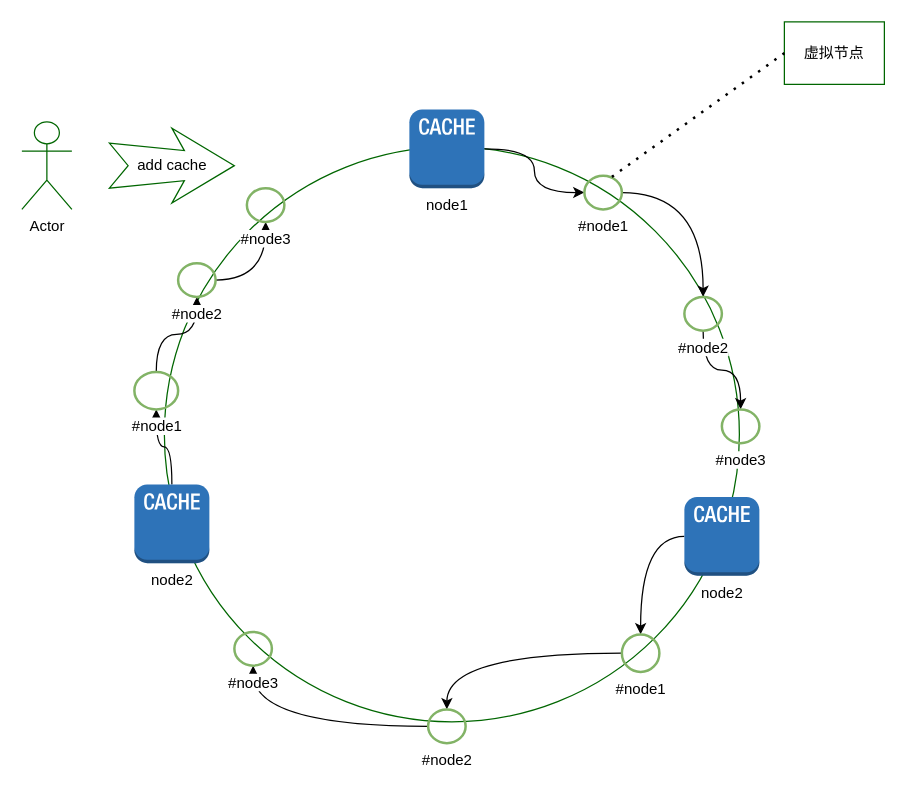
This is 一致性hash/hash1.drawio from dogslee/draw, a draw.io file, before an edit. Source tidied: cells renumbered, new cells numbered last; positions are measured from the earlier drawing's top-left corner, leaving out a move shared by most shapes. Both pictures are drawn from the tidied source at 125%, with x=0, y=0 at pixel (21, 21).
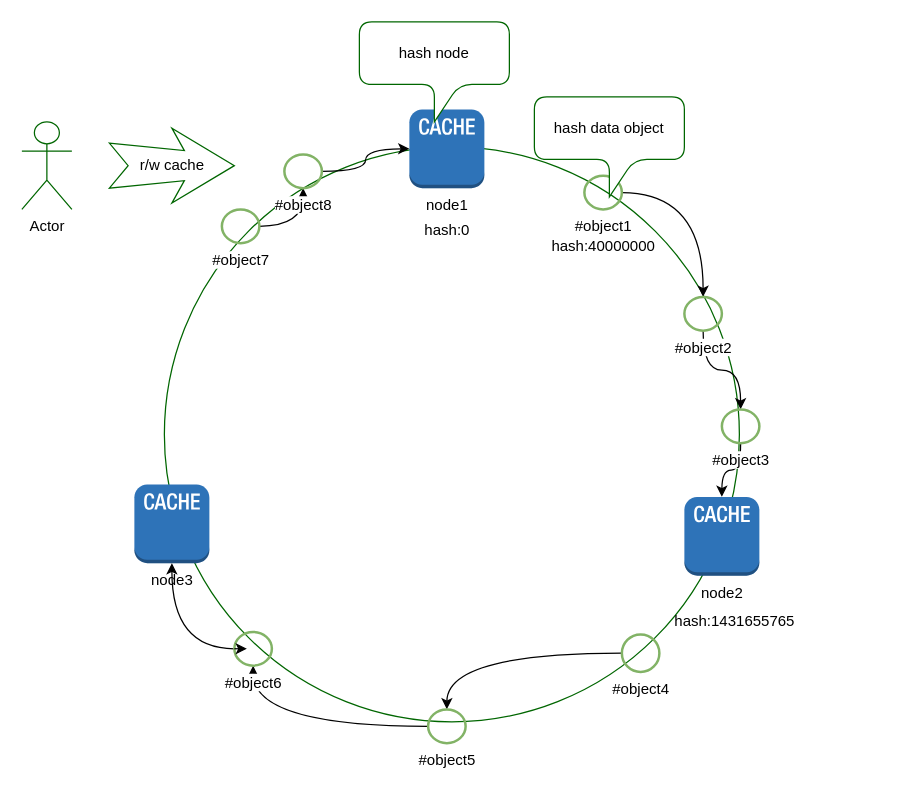
Above is the later version.

Unchanged cells that the change refers to:
```xml
<mxCell id="6" value="node1&lt;br&gt;" style="outlineConnect=0;dashed=0;verticalLabelPosition=bottom;verticalAlign=top;align=center;html=1;shape=mxgraph.aws3.cache_node;fillColor=#2E73B8;gradientColor=none;" parent="1" vertex="1">
  <mxGeometry x="310" y="70" width="60" height="63" as="geometry" />
</mxCell>
<mxCell id="8" value="node2&lt;br&gt;" style="outlineConnect=0;dashed=0;verticalLabelPosition=bottom;verticalAlign=top;align=center;html=1;shape=mxgraph.aws3.cache_node;fillColor=#2E73B8;gradientColor=none;" parent="1" vertex="1">
  <mxGeometry x="530" y="380" width="60" height="63" as="geometry" />
</mxCell>
```

Change to the diagram source:
```diff
@@
-    <mxCell id="3" style="edgeStyle=orthogonalEdgeStyle;curved=1;rounded=0;jettySize=auto;html=1;" parent="1" edge="1" source="4" target="22">
-      <mxGeometry relative="1" as="geometry" />
-    </mxCell>
-    <mxCell id="4" value="node2&lt;br&gt;" style="outlineConnect=0;dashed=0;verticalLabelPosition=bottom;verticalAlign=top;align=center;html=1;shape=mxgraph.aws3.cache_node;fillColor=#2E73B8;gradientColor=none;" parent="1" vertex="1">
+    <mxCell id="4" value="node3" style="outlineConnect=0;dashed=0;verticalLabelPosition=bottom;verticalAlign=top;align=center;html=1;shape=mxgraph.aws3.cache_node;fillColor=#2E73B8;gradientColor=none;" parent="1" vertex="1">
       <mxGeometry x="90" y="370" width="60" height="63" as="geometry" />
     </mxCell>
-    <mxCell id="5" style="edgeStyle=orthogonalEdgeStyle;curved=1;rounded=0;jettySize=auto;html=1;" parent="1" edge="1" source="6" target="12">
-      <mxGeometry relative="1" as="geometry" />
-    </mxCell>
@@
-    <mxCell id="7" style="edgeStyle=orthogonalEdgeStyle;curved=1;rounded=0;jettySize=auto;html=1;" parent="1" edge="1" source="8" target="17">
-      <mxGeometry relative="1" as="geometry" />
-    </mxCell>
@@
-    <mxCell id="10" value="add cache" style="html=1;shadow=0;dashed=0;align=center;verticalAlign=middle;shape=mxgraph.arrows2.stylisedArrow;dy=0.6;dx=40;notch=15;feather=0.4;strokeColor=#006600;" parent="1" vertex="1">
+    <mxCell id="10" value="r/w cache" style="html=1;shadow=0;dashed=0;align=center;verticalAlign=middle;shape=mxgraph.arrows2.stylisedArrow;dy=0.6;dx=40;notch=15;feather=0.4;strokeColor=#006600;" parent="1" vertex="1">
       <mxGeometry x="70" y="85" width="100" height="60" as="geometry" />
     </mxCell>
@@
-    <mxCell id="12" value="#node1&lt;br&gt;" style="html=1;verticalLabelPosition=bottom;labelBackgroundColor=#ffffff;verticalAlign=top;shadow=0;dashed=0;strokeWidth=2;shape=mxgraph.ios7.misc.circle;strokeColor=#82b366;fillColor=#d5e8d4;" parent="1" vertex="1">
+    <mxCell id="12" value="#object1&lt;br&gt;" style="html=1;verticalLabelPosition=bottom;labelBackgroundColor=#ffffff;verticalAlign=top;shadow=0;dashed=0;strokeWidth=2;shape=mxgraph.ios7.misc.circle;strokeColor=#82b366;fillColor=#d5e8d4;" parent="1" vertex="1">
       <mxGeometry x="450" y="123" width="30" height="27" as="geometry" />
     </mxCell>
@@
-    <mxCell id="14" value="#node2" style="html=1;verticalLabelPosition=bottom;labelBackgroundColor=#ffffff;verticalAlign=top;shadow=0;dashed=0;strokeWidth=2;shape=mxgraph.ios7.misc.circle;strokeColor=#82b366;fillColor=#d5e8d4;" parent="1" vertex="1">
+    <mxCell id="14" value="#object2" style="html=1;verticalLabelPosition=bottom;labelBackgroundColor=#ffffff;verticalAlign=top;shadow=0;dashed=0;strokeWidth=2;shape=mxgraph.ios7.misc.circle;strokeColor=#82b366;fillColor=#d5e8d4;" parent="1" vertex="1">
       <mxGeometry x="530" y="220" width="30" height="27" as="geometry" />
     </mxCell>
+    <mxCell id="28" style="edgeStyle=orthogonalEdgeStyle;curved=1;rounded=0;jettySize=auto;html=1;entryX=0.5;entryY=0;entryDx=0;entryDy=0;entryPerimeter=0;" parent="1" edge="1" source="15" target="8">
+      <mxGeometry relative="1" as="geometry" />
+    </mxCell>
-    <mxCell id="15" value="#node3&lt;br&gt;" style="html=1;verticalLabelPosition=bottom;labelBackgroundColor=#ffffff;verticalAlign=top;shadow=0;dashed=0;strokeWidth=2;shape=mxgraph.ios7.misc.circle;strokeColor=#82b366;fillColor=#d5e8d4;" parent="1" vertex="1">
+    <mxCell id="15" value="#object3&lt;br&gt;" style="html=1;verticalLabelPosition=bottom;labelBackgroundColor=#ffffff;verticalAlign=top;shadow=0;dashed=0;strokeWidth=2;shape=mxgraph.ios7.misc.circle;strokeColor=#82b366;fillColor=#d5e8d4;" parent="1" vertex="1">
       <mxGeometry x="560" y="310" width="30" height="27" as="geometry" />
     </mxCell>
@@
-    <mxCell id="17" value="#node1" style="html=1;verticalLabelPosition=bottom;labelBackgroundColor=#ffffff;verticalAlign=top;shadow=0;dashed=0;strokeWidth=2;shape=mxgraph.ios7.misc.circle;strokeColor=#82b366;fillColor=#d5e8d4;" parent="1" vertex="1">
+    <mxCell id="17" value="#object4" style="html=1;verticalLabelPosition=bottom;labelBackgroundColor=#ffffff;verticalAlign=top;shadow=0;dashed=0;strokeWidth=2;shape=mxgraph.ios7.misc.circle;strokeColor=#82b366;fillColor=#d5e8d4;" parent="1" vertex="1">
       <mxGeometry x="480" y="490" width="30" height="30" as="geometry" />
     </mxCell>
@@
-    <mxCell id="19" value="#node2&lt;br&gt;" style="html=1;verticalLabelPosition=bottom;labelBackgroundColor=#ffffff;verticalAlign=top;shadow=0;dashed=0;strokeWidth=2;shape=mxgraph.ios7.misc.circle;strokeColor=#82b366;fillColor=#d5e8d4;" parent="1" vertex="1">
+    <mxCell id="19" value="#object5&lt;br&gt;" style="html=1;verticalLabelPosition=bottom;labelBackgroundColor=#ffffff;verticalAlign=top;shadow=0;dashed=0;strokeWidth=2;shape=mxgraph.ios7.misc.circle;strokeColor=#82b366;fillColor=#d5e8d4;" parent="1" vertex="1">
       <mxGeometry x="325" y="550" width="30" height="27" as="geometry" />
     </mxCell>
+    <mxCell id="29" style="edgeStyle=orthogonalEdgeStyle;curved=1;rounded=0;jettySize=auto;html=1;" parent="1" edge="1" source="20" target="4">
+      <mxGeometry relative="1" as="geometry" />
+    </mxCell>
-    <mxCell id="20" value="#node3&lt;br&gt;" style="html=1;verticalLabelPosition=bottom;labelBackgroundColor=#ffffff;verticalAlign=top;shadow=0;dashed=0;strokeWidth=2;shape=mxgraph.ios7.misc.circle;strokeColor=#82b366;fillColor=#d5e8d4;" parent="1" vertex="1">
+    <mxCell id="20" value="#object6" style="html=1;verticalLabelPosition=bottom;labelBackgroundColor=#ffffff;verticalAlign=top;shadow=0;dashed=0;strokeWidth=2;shape=mxgraph.ios7.misc.circle;strokeColor=#82b366;fillColor=#d5e8d4;" parent="1" vertex="1">
       <mxGeometry x="170" y="488" width="30" height="27" as="geometry" />
     </mxCell>
-    <mxCell id="21" style="edgeStyle=orthogonalEdgeStyle;curved=1;rounded=0;jettySize=auto;html=1;" parent="1" edge="1" source="22" target="24">
-      <mxGeometry relative="1" as="geometry" />
-    </mxCell>
-    <mxCell id="22" value="#node1" style="html=1;verticalLabelPosition=bottom;labelBackgroundColor=#ffffff;verticalAlign=top;shadow=0;dashed=0;strokeWidth=2;shape=mxgraph.ios7.misc.circle;strokeColor=#82b366;fillColor=#d5e8d4;" parent="1" vertex="1">
-      <mxGeometry x="90" y="280" width="35" height="30" as="geometry" />
-    </mxCell>
@@
-    <mxCell id="24" value="#node2" style="html=1;verticalLabelPosition=bottom;labelBackgroundColor=#ffffff;verticalAlign=top;shadow=0;dashed=0;strokeWidth=2;shape=mxgraph.ios7.misc.circle;strokeColor=#82b366;fillColor=#d5e8d4;" parent="1" vertex="1">
-      <mxGeometry x="125" y="193" width="30" height="27" as="geometry" />
+    <mxCell id="24" value="#object7" style="html=1;verticalLabelPosition=bottom;labelBackgroundColor=#ffffff;verticalAlign=top;shadow=0;dashed=0;strokeWidth=2;shape=mxgraph.ios7.misc.circle;strokeColor=#82b366;fillColor=#d5e8d4;" parent="1" vertex="1">
+      <mxGeometry x="160" y="150" width="30" height="27" as="geometry" />
     </mxCell>
+    <mxCell id="30" style="edgeStyle=orthogonalEdgeStyle;curved=1;rounded=0;jettySize=auto;html=1;entryX=0;entryY=0.5;entryDx=0;entryDy=0;entryPerimeter=0;" parent="1" edge="1" source="25" target="6">
+      <mxGeometry relative="1" as="geometry" />
+    </mxCell>
-    <mxCell id="25" value="#node3&lt;br&gt;" style="html=1;verticalLabelPosition=bottom;labelBackgroundColor=#ffffff;verticalAlign=top;shadow=0;dashed=0;strokeWidth=2;shape=mxgraph.ios7.misc.circle;strokeColor=#82b366;fillColor=#d5e8d4;" parent="1" vertex="1">
-      <mxGeometry x="180" y="133" width="30" height="27" as="geometry" />
+    <mxCell id="25" value="#object8" style="html=1;verticalLabelPosition=bottom;labelBackgroundColor=#ffffff;verticalAlign=top;shadow=0;dashed=0;strokeWidth=2;shape=mxgraph.ios7.misc.circle;strokeColor=#82b366;fillColor=#d5e8d4;" parent="1" vertex="1">
+      <mxGeometry x="210" y="106" width="30" height="27" as="geometry" />
     </mxCell>
-    <mxCell id="26" value="虚拟节点" style="rounded=0;whiteSpace=wrap;html=1;strokeColor=#006600;" parent="1" vertex="1">
-      <mxGeometry x="610" width="80" height="50" as="geometry" />
-    </mxCell>
-    <mxCell id="27" style="endArrow=none;dashed=1;html=1;dashPattern=1 3;strokeWidth=2;entryX=0;entryY=0.5;entryDx=0;entryDy=0;exitX=0.733;exitY=0.037;exitDx=0;exitDy=0;exitPerimeter=0;" parent="1" edge="1" source="12" target="26">
-      <mxGeometry relative="1" as="geometry" />
-    </mxCell>
+    <mxCell id="31" value="hash node" style="shape=callout;rounded=1;whiteSpace=wrap;html=1;perimeter=calloutPerimeter;strokeColor=#006600;" parent="1" vertex="1">
+      <mxGeometry x="270" width="120" height="80" as="geometry" />
+    </mxCell>
+    <mxCell id="32" style="edgeStyle=orthogonalEdgeStyle;curved=1;rounded=0;orthogonalLoop=1;jettySize=auto;html=1;exitX=0;exitY=0.5;exitDx=0;exitDy=0;exitPerimeter=0;entryX=0.333;entryY=0.519;entryDx=0;entryDy=0;entryPerimeter=0;" parent="1" edge="1" source="20" target="20">
+      <mxGeometry relative="1" as="geometry" />
+    </mxCell>
+    <mxCell id="33" value="hash data object" style="shape=callout;rounded=1;whiteSpace=wrap;html=1;perimeter=calloutPerimeter;strokeColor=#006600;" parent="1" vertex="1">
+      <mxGeometry x="410" y="60" width="120" height="80" as="geometry" />
+    </mxCell>
+    <mxCell id="34" value="hash:0" style="text;html=1;align=center;verticalAlign=middle;strokeColor=none;" parent="1" vertex="1">
+      <mxGeometry x="315" y="157" width="50" height="20" as="geometry" />
+    </mxCell>
+    <mxCell id="35" value="hash:40000000" style="text;html=1;align=center;verticalAlign=middle;strokeColor=none;" parent="1" vertex="1">
+      <mxGeometry x="415" y="170" width="100" height="20" as="geometry" />
+    </mxCell>
+    <mxCell id="36" value="hash:1431655765" style="text;html=1;align=center;verticalAlign=middle;strokeColor=none;" parent="1" vertex="1">
+      <mxGeometry x="515" y="470" width="110" height="20" as="geometry" />
+    </mxCell>
```
